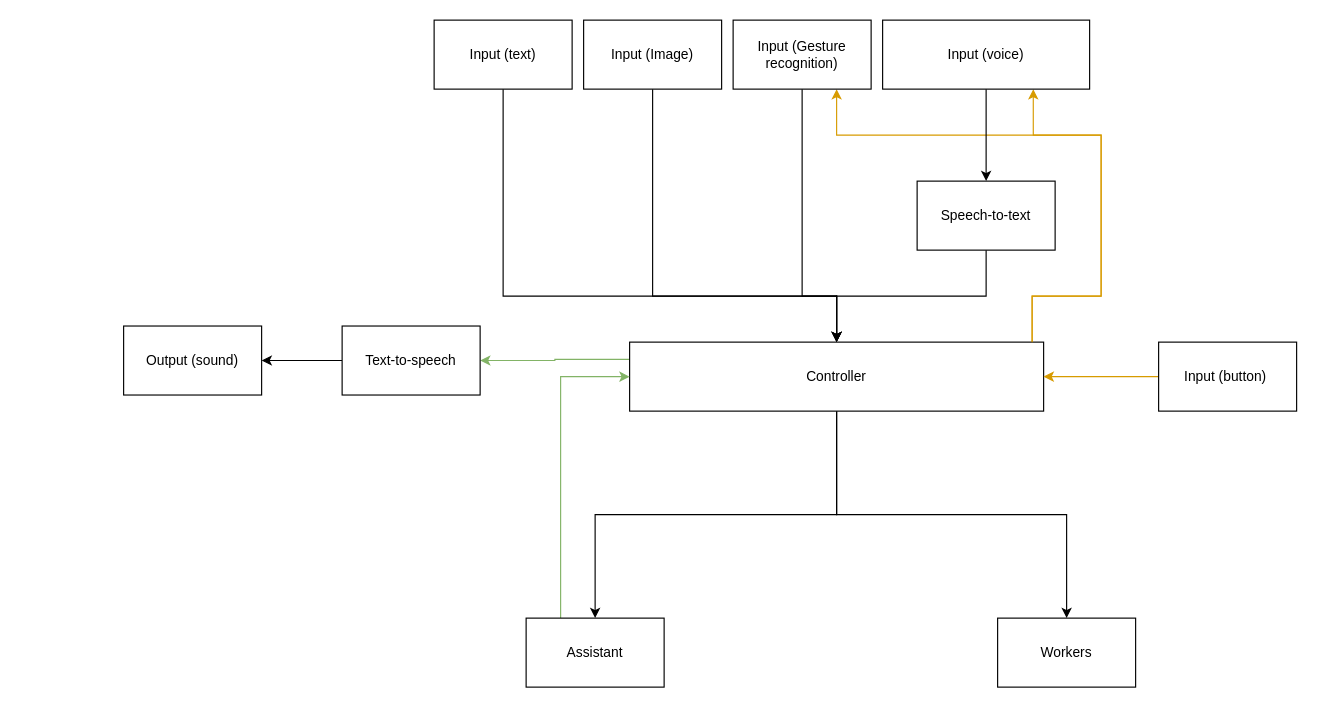
The draw.io diagram page "Architecture" (1 of 2) of Architecture.drawio in Thorwig/C.H.I.P, before the edit. Source tidied: cells renumbered, new cells numbered last; positions are measured from the earlier drawing's top-left corner, leaving out a move shared by most shapes. Both pictures are drawn from the tidied source at 115%, with x=0, y=0 at pixel (123, 20).
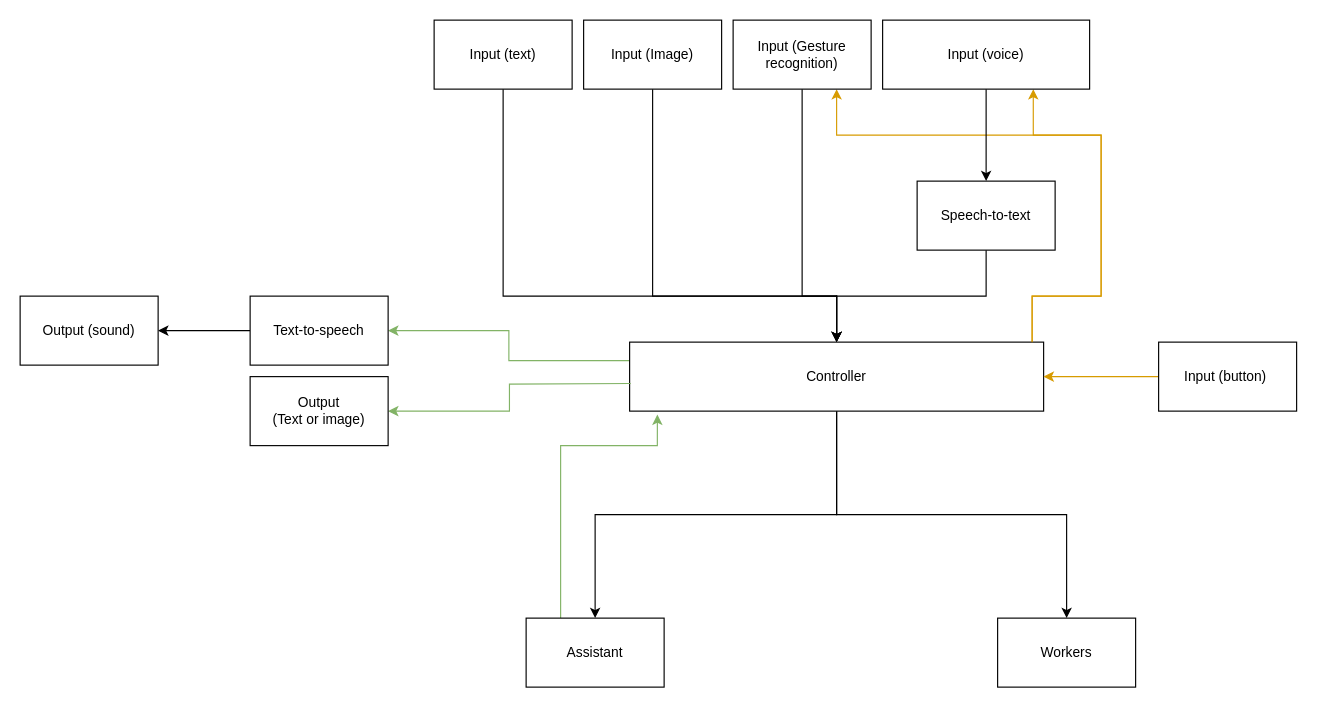
The same page after the edit.

Commit message:
docs(architecture): add output types

Unchanged cells that the change refers to:
```xml
<mxCell id="6" value="Controller" style="rounded=0;whiteSpace=wrap;html=1;" parent="1" vertex="1">
  <mxGeometry x="440" y="280" width="360" height="60" as="geometry" />
</mxCell>
<mxCell id="8" value="Assistant" style="rounded=0;whiteSpace=wrap;html=1;" parent="1" vertex="1">
  <mxGeometry x="350" y="520" width="120" height="60" as="geometry" />
</mxCell>
```

What changed in the source:
```diff
@@
-    <mxCell id="4" style="edgeStyle=orthogonalEdgeStyle;rounded=0;jettySize=auto;html=1;exitX=0;exitY=0.25;exitDx=0;exitDy=0;fillColor=#d5e8d4;strokeColor=#82b366;" parent="1" edge="1" source="6" target="18">
+    <mxCell id="4" style="edgeStyle=orthogonalEdgeStyle;rounded=0;jettySize=auto;html=1;exitX=0.003;exitY=0.269;exitDx=0;exitDy=0;fillColor=#d5e8d4;strokeColor=#82b366;exitPerimeter=0;" parent="1" edge="1" source="6" target="18">
       <mxGeometry relative="1" as="geometry" />
     </mxCell>
@@
-    <mxCell id="7" style="edgeStyle=orthogonalEdgeStyle;rounded=0;jettySize=auto;html=1;exitX=0.25;exitY=0;exitDx=0;exitDy=0;entryX=0;entryY=0.5;entryDx=0;entryDy=0;fillColor=#d5e8d4;strokeColor=#82b366;" parent="1" edge="1" source="8" target="6">
-      <mxGeometry relative="1" as="geometry" />
+    <mxCell id="7" style="edgeStyle=orthogonalEdgeStyle;rounded=0;jettySize=auto;html=1;exitX=0.25;exitY=0;exitDx=0;exitDy=0;entryX=0.067;entryY=1.05;entryDx=0;entryDy=0;fillColor=#d5e8d4;strokeColor=#82b366;entryPerimeter=0;" parent="1" edge="1" source="8" target="6">
+      <mxGeometry relative="1" as="geometry">
+        <Array as="points">
+          <mxPoint x="380" y="370" />
+          <mxPoint x="464" y="370" />
+        </Array>
+      </mxGeometry>
     </mxCell>
@@
     <mxCell id="18" value="Text-to-speech" style="rounded=0;whiteSpace=wrap;html=1;" parent="1" vertex="1">
-      <mxGeometry x="190" y="266" width="120" height="60" as="geometry" />
+      <mxGeometry x="110" y="240" width="120" height="60" as="geometry" />
     </mxCell>
     <mxCell id="19" value="Output (sound)" style="rounded=0;whiteSpace=wrap;html=1;" parent="1" vertex="1">
-      <mxGeometry y="266" width="120" height="60" as="geometry" />
+      <mxGeometry x="-90" y="240" width="120" height="60" as="geometry" />
     </mxCell>
@@
+    <mxCell id="26" style="edgeStyle=orthogonalEdgeStyle;rounded=0;jettySize=auto;html=1;exitX=0.003;exitY=0.269;exitDx=0;exitDy=0;fillColor=#d5e8d4;strokeColor=#82b366;exitPerimeter=0;entryX=1;entryY=0.5;entryDx=0;entryDy=0;" parent="1" edge="1" target="27">
+      <mxGeometry relative="1" as="geometry">
+        <mxPoint x="441" y="316" as="sourcePoint" />
+      </mxGeometry>
+    </mxCell>
+    <mxCell id="27" value="&lt;div&gt;Output&lt;/div&gt;&lt;div&gt;(Text or image)&lt;br&gt;&lt;/div&gt;" style="rounded=0;whiteSpace=wrap;html=1;" parent="1" vertex="1">
+      <mxGeometry x="110" y="310" width="120" height="60" as="geometry" />
+    </mxCell>
```
